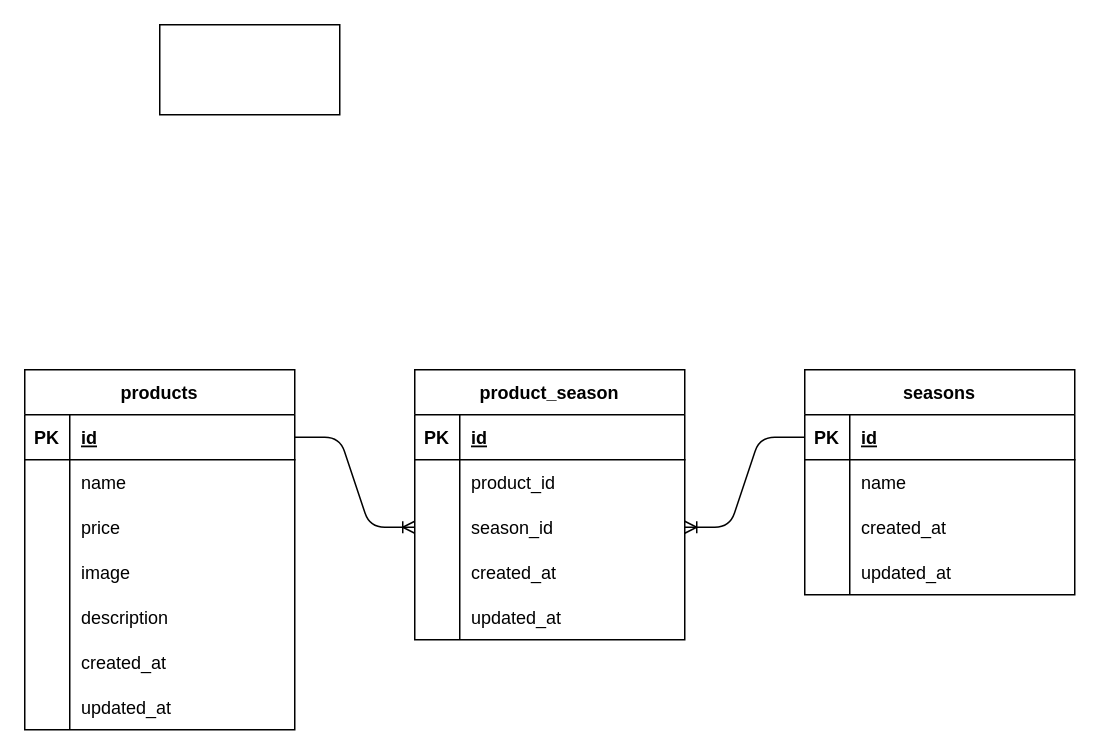
aizawamisa/mogi_1209 keeps this draw.io diagram as draw.dio. Above is the earlier version. Source tidied: cells renumbered, new cells numbered last; positions are measured from the earlier drawing's top-left corner, leaving out a move shared by most shapes. Both pictures are drawn from the tidied source at 150%, with x=0, y=0 at pixel (24, 24).
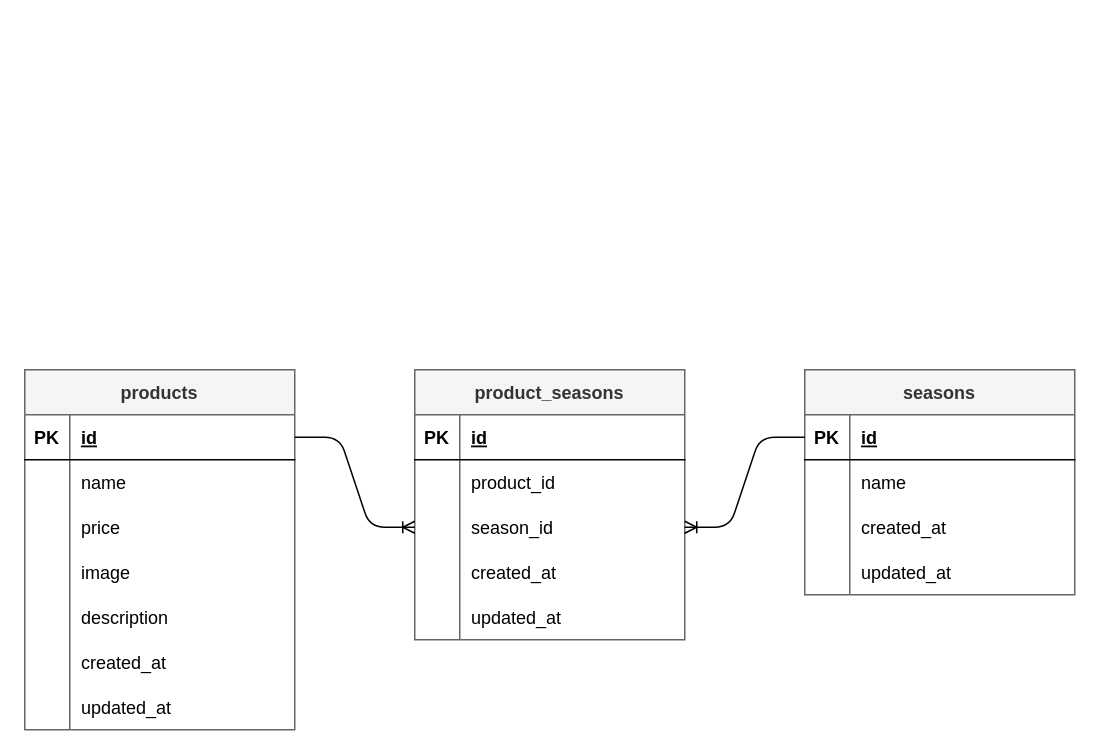
After the change.

What changed in the source:
```diff
@@
-<mxGraphModel>
+<mxGraphModel background="#FFFFFF">
@@
-    <mxCell id="2" value="products" style="shape=table;startSize=30;childLayout=tableLayout;rowLines=0;fontStyle=1;align=center;" parent="1" vertex="1">
+    <mxCell id="2" value="products" style="shape=table;startSize=30;childLayout=tableLayout;rowLines=0;fontStyle=1;align=center;strokeColor=#666666;fontColor=#333333;labelBackgroundColor=none;fillColor=#f5f5f5;" parent="1" vertex="1">
       <mxGeometry y="230" width="180" height="240" as="geometry" />
     </mxCell>
-    <mxCell id="3" style="shape=tableRow;horizontal=0;startSize=0;swimlaneHead=0;swimlaneBody=0;fillColor=none;points=[[0,0.5],[1,0.5]];portConstraint=eastwest;top=0;left=0;right=0;bottom=1;" parent="2" vertex="1">
+    <mxCell id="3" style="shape=tableRow;horizontal=0;startSize=0;swimlaneHead=0;swimlaneBody=0;fillColor=none;points=[[0,0.5],[1,0.5]];portConstraint=eastwest;top=0;left=0;right=0;bottom=1;strokeColor=#000000;fontColor=#000000;" parent="2" vertex="1">
       <mxGeometry y="30" width="180" height="30" as="geometry" />
     </mxCell>
-    <mxCell id="4" value="PK" style="shape=partialRectangle;fillColor=none;top=0;left=0;bottom=0;right=0;fontStyle=1;overflow=hidden;" parent="3" vertex="1">
+    <mxCell id="4" value="PK" style="shape=partialRectangle;fillColor=none;top=0;left=0;bottom=0;right=0;fontStyle=1;overflow=hidden;strokeColor=#000000;fontColor=#000000;" parent="3" vertex="1">
       <mxGeometry width="30" height="30" as="geometry" />
     </mxCell>
-    <mxCell id="5" value="id" style="shape=partialRectangle;fillColor=none;top=0;left=0;bottom=0;right=0;align=left;spacingLeft=6;fontStyle=5;overflow=hidden;" parent="3" vertex="1">
+    <mxCell id="5" value="id" style="shape=partialRectangle;fillColor=none;top=0;left=0;bottom=0;right=0;align=left;spacingLeft=6;fontStyle=5;overflow=hidden;strokeColor=#000000;fontColor=#000000;" parent="3" vertex="1">
       <mxGeometry x="30" width="150" height="30" as="geometry" />
     </mxCell>
-    <mxCell id="6" style="shape=tableRow;horizontal=0;startSize=0;swimlaneHead=0;swimlaneBody=0;fillColor=none;top=0;left=0;right=0;bottom=0;" parent="2" vertex="1">
+    <mxCell id="6" style="shape=tableRow;horizontal=0;startSize=0;swimlaneHead=0;swimlaneBody=0;fillColor=none;top=0;left=0;right=0;bottom=0;strokeColor=#000000;fontColor=#000000;" parent="2" vertex="1">
       <mxGeometry y="60" width="180" height="30" as="geometry" />
     </mxCell>
-    <mxCell id="7" style="shape=partialRectangle;fillColor=none;top=0;left=0;bottom=0;right=0;overflow=hidden;" parent="6" vertex="1">
+    <mxCell id="7" style="shape=partialRectangle;fillColor=none;top=0;left=0;bottom=0;right=0;overflow=hidden;strokeColor=#000000;fontColor=#000000;" parent="6" vertex="1">
       <mxGeometry width="30" height="30" as="geometry" />
     </mxCell>
-    <mxCell id="8" value="name" style="shape=partialRectangle;fillColor=none;top=0;left=0;bottom=0;right=0;align=left;spacingLeft=6;overflow=hidden;" parent="6" vertex="1">
+    <mxCell id="8" value="name" style="shape=partialRectangle;fillColor=none;top=0;left=0;bottom=0;right=0;align=left;spacingLeft=6;overflow=hidden;strokeColor=#000000;fontColor=#000000;" parent="6" vertex="1">
       <mxGeometry x="30" width="150" height="30" as="geometry" />
     </mxCell>
-    <mxCell id="9" style="shape=tableRow;horizontal=0;startSize=0;swimlaneHead=0;swimlaneBody=0;fillColor=none;top=0;left=0;right=0;bottom=0;" parent="2" vertex="1">
+    <mxCell id="9" style="shape=tableRow;horizontal=0;startSize=0;swimlaneHead=0;swimlaneBody=0;fillColor=none;top=0;left=0;right=0;bottom=0;strokeColor=#000000;fontColor=#000000;" parent="2" vertex="1">
       <mxGeometry y="90" width="180" height="30" as="geometry" />
     </mxCell>
-    <mxCell id="10" style="shape=partialRectangle;fillColor=none;top=0;left=0;bottom=0;right=0;overflow=hidden;" parent="9" vertex="1">
+    <mxCell id="10" style="shape=partialRectangle;fillColor=none;top=0;left=0;bottom=0;right=0;overflow=hidden;strokeColor=#000000;fontColor=#000000;" parent="9" vertex="1">
       <mxGeometry width="30" height="30" as="geometry" />
     </mxCell>
-    <mxCell id="11" value="price" style="shape=partialRectangle;fillColor=none;top=0;left=0;bottom=0;right=0;align=left;spacingLeft=6;overflow=hidden;" parent="9" vertex="1">
+    <mxCell id="11" value="price" style="shape=partialRectangle;fillColor=none;top=0;left=0;bottom=0;right=0;align=left;spacingLeft=6;overflow=hidden;strokeColor=#000000;fontColor=#000000;" parent="9" vertex="1">
       <mxGeometry x="30" width="150" height="30" as="geometry" />
     </mxCell>
-    <mxCell id="12" style="shape=tableRow;horizontal=0;startSize=0;swimlaneHead=0;swimlaneBody=0;fillColor=none;top=0;left=0;right=0;bottom=0;" parent="2" vertex="1">
+    <mxCell id="12" style="shape=tableRow;horizontal=0;startSize=0;swimlaneHead=0;swimlaneBody=0;fillColor=none;top=0;left=0;right=0;bottom=0;strokeColor=#000000;fontColor=#000000;" parent="2" vertex="1">
       <mxGeometry y="120" width="180" height="30" as="geometry" />
     </mxCell>
-    <mxCell id="13" style="shape=partialRectangle;fillColor=none;top=0;left=0;bottom=0;right=0;overflow=hidden;" parent="12" vertex="1">
+    <mxCell id="13" style="shape=partialRectangle;fillColor=none;top=0;left=0;bottom=0;right=0;overflow=hidden;strokeColor=#000000;fontColor=#000000;" parent="12" vertex="1">
       <mxGeometry width="30" height="30" as="geometry" />
     </mxCell>
-    <mxCell id="14" value="image" style="shape=partialRectangle;fillColor=none;top=0;left=0;bottom=0;right=0;align=left;spacingLeft=6;overflow=hidden;" parent="12" vertex="1">
+    <mxCell id="14" value="image" style="shape=partialRectangle;fillColor=none;top=0;left=0;bottom=0;right=0;align=left;spacingLeft=6;overflow=hidden;strokeColor=#000000;fontColor=#000000;" parent="12" vertex="1">
       <mxGeometry x="30" width="150" height="30" as="geometry" />
     </mxCell>
-    <mxCell id="15" style="shape=tableRow;horizontal=0;startSize=0;swimlaneHead=0;swimlaneBody=0;fillColor=none;top=0;left=0;right=0;bottom=0;" parent="2" vertex="1">
+    <mxCell id="15" style="shape=tableRow;horizontal=0;startSize=0;swimlaneHead=0;swimlaneBody=0;fillColor=none;top=0;left=0;right=0;bottom=0;strokeColor=#000000;fontColor=#000000;" parent="2" vertex="1">
       <mxGeometry y="150" width="180" height="30" as="geometry" />
     </mxCell>
-    <mxCell id="16" style="shape=partialRectangle;fillColor=none;top=0;left=0;bottom=0;right=0;overflow=hidden;" parent="15" vertex="1">
+    <mxCell id="16" style="shape=partialRectangle;fillColor=none;top=0;left=0;bottom=0;right=0;overflow=hidden;strokeColor=#000000;fontColor=#000000;" parent="15" vertex="1">
       <mxGeometry width="30" height="30" as="geometry" />
     </mxCell>
-    <mxCell id="17" value="description" style="shape=partialRectangle;fillColor=none;top=0;left=0;bottom=0;right=0;align=left;spacingLeft=6;overflow=hidden;" parent="15" vertex="1">
+    <mxCell id="17" value="description" style="shape=partialRectangle;fillColor=none;top=0;left=0;bottom=0;right=0;align=left;spacingLeft=6;overflow=hidden;strokeColor=#000000;fontColor=#000000;" parent="15" vertex="1">
       <mxGeometry x="30" width="150" height="30" as="geometry" />
     </mxCell>
-    <mxCell id="18" style="shape=tableRow;horizontal=0;startSize=0;swimlaneHead=0;swimlaneBody=0;fillColor=none;top=0;left=0;right=0;bottom=0;" parent="2" vertex="1">
+    <mxCell id="18" style="shape=tableRow;horizontal=0;startSize=0;swimlaneHead=0;swimlaneBody=0;fillColor=none;top=0;left=0;right=0;bottom=0;strokeColor=#000000;fontColor=#000000;" parent="2" vertex="1">
       <mxGeometry y="180" width="180" height="30" as="geometry" />
     </mxCell>
-    <mxCell id="19" style="shape=partialRectangle;fillColor=none;top=0;left=0;bottom=0;right=0;overflow=hidden;" parent="18" vertex="1">
+    <mxCell id="19" style="shape=partialRectangle;fillColor=none;top=0;left=0;bottom=0;right=0;overflow=hidden;strokeColor=#000000;fontColor=#000000;" parent="18" vertex="1">
       <mxGeometry width="30" height="30" as="geometry" />
     </mxCell>
-    <mxCell id="20" value="created_at" style="shape=partialRectangle;fillColor=none;top=0;left=0;bottom=0;right=0;align=left;spacingLeft=6;overflow=hidden;" parent="18" vertex="1">
+    <mxCell id="20" value="created_at" style="shape=partialRectangle;fillColor=none;top=0;left=0;bottom=0;right=0;align=left;spacingLeft=6;overflow=hidden;strokeColor=#000000;fontColor=#000000;" parent="18" vertex="1">
       <mxGeometry x="30" width="150" height="30" as="geometry" />
     </mxCell>
-    <mxCell id="21" style="shape=tableRow;horizontal=0;startSize=0;swimlaneHead=0;swimlaneBody=0;fillColor=none;top=0;left=0;right=0;bottom=0;" parent="2" vertex="1">
+    <mxCell id="21" style="shape=tableRow;horizontal=0;startSize=0;swimlaneHead=0;swimlaneBody=0;fillColor=none;top=0;left=0;right=0;bottom=0;strokeColor=#000000;fontColor=#000000;" parent="2" vertex="1">
       <mxGeometry y="210" width="180" height="30" as="geometry" />
     </mxCell>
-    <mxCell id="22" style="shape=partialRectangle;fillColor=none;top=0;left=0;bottom=0;right=0;overflow=hidden;" parent="21" vertex="1">
+    <mxCell id="22" style="shape=partialRectangle;fillColor=none;top=0;left=0;bottom=0;right=0;overflow=hidden;strokeColor=#000000;fontColor=#000000;" parent="21" vertex="1">
       <mxGeometry width="30" height="30" as="geometry" />
     </mxCell>
-    <mxCell id="23" value="updated_at" style="shape=partialRectangle;fillColor=none;top=0;left=0;bottom=0;right=0;align=left;spacingLeft=6;overflow=hidden;" parent="21" vertex="1">
+    <mxCell id="23" value="updated_at" style="shape=partialRectangle;fillColor=none;top=0;left=0;bottom=0;right=0;align=left;spacingLeft=6;overflow=hidden;strokeColor=#000000;fontColor=#000000;" parent="21" vertex="1">
       <mxGeometry x="30" width="150" height="30" as="geometry" />
     </mxCell>
-    <mxCell id="24" value="seasons" style="shape=table;startSize=30;childLayout=tableLayout;rowLines=0;fontStyle=1;align=center;" parent="1" vertex="1">
+    <mxCell id="24" value="seasons" style="shape=table;startSize=30;childLayout=tableLayout;rowLines=0;fontStyle=1;align=center;strokeColor=#666666;fontColor=#333333;fillColor=#f5f5f5;" parent="1" vertex="1">
       <mxGeometry x="520" y="230" width="180" height="150" as="geometry" />
     </mxCell>
-    <mxCell id="25" style="shape=tableRow;horizontal=0;startSize=0;swimlaneHead=0;swimlaneBody=0;fillColor=none;points=[[0,0.5],[1,0.5]];portConstraint=eastwest;top=0;left=0;right=0;bottom=1;" parent="24" vertex="1">
+    <mxCell id="25" style="shape=tableRow;horizontal=0;startSize=0;swimlaneHead=0;swimlaneBody=0;fillColor=none;points=[[0,0.5],[1,0.5]];portConstraint=eastwest;top=0;left=0;right=0;bottom=1;strokeColor=#000000;fontColor=#000000;" parent="24" vertex="1">
       <mxGeometry y="30" width="180" height="30" as="geometry" />
     </mxCell>
-    <mxCell id="26" value="PK" style="shape=partialRectangle;fillColor=none;top=0;left=0;bottom=0;right=0;fontStyle=1;overflow=hidden;" parent="25" vertex="1">
+    <mxCell id="26" value="PK" style="shape=partialRectangle;fillColor=none;top=0;left=0;bottom=0;right=0;fontStyle=1;overflow=hidden;strokeColor=#000000;fontColor=#000000;" parent="25" vertex="1">
       <mxGeometry width="30" height="30" as="geometry" />
     </mxCell>
-    <mxCell id="27" value="id" style="shape=partialRectangle;fillColor=none;top=0;left=0;bottom=0;right=0;align=left;spacingLeft=6;fontStyle=5;overflow=hidden;" parent="25" vertex="1">
+    <mxCell id="27" value="id" style="shape=partialRectangle;fillColor=none;top=0;left=0;bottom=0;right=0;align=left;spacingLeft=6;fontStyle=5;overflow=hidden;strokeColor=#000000;fontColor=#000000;" parent="25" vertex="1">
       <mxGeometry x="30" width="150" height="30" as="geometry" />
     </mxCell>
-    <mxCell id="28" style="shape=tableRow;horizontal=0;startSize=0;swimlaneHead=0;swimlaneBody=0;fillColor=none;top=0;left=0;right=0;bottom=0;" parent="24" vertex="1">
+    <mxCell id="28" style="shape=tableRow;horizontal=0;startSize=0;swimlaneHead=0;swimlaneBody=0;fillColor=none;top=0;left=0;right=0;bottom=0;strokeColor=#000000;fontColor=#000000;" parent="24" vertex="1">
       <mxGeometry y="60" width="180" height="30" as="geometry" />
     </mxCell>
-    <mxCell id="29" style="shape=partialRectangle;fillColor=none;top=0;left=0;bottom=0;right=0;overflow=hidden;" parent="28" vertex="1">
+    <mxCell id="29" style="shape=partialRectangle;fillColor=none;top=0;left=0;bottom=0;right=0;overflow=hidden;strokeColor=#000000;fontColor=#000000;" parent="28" vertex="1">
       <mxGeometry width="30" height="30" as="geometry" />
     </mxCell>
-    <mxCell id="30" value="name" style="shape=partialRectangle;fillColor=none;top=0;left=0;bottom=0;right=0;align=left;spacingLeft=6;overflow=hidden;" parent="28" vertex="1">
+    <mxCell id="30" value="name" style="shape=partialRectangle;fillColor=none;top=0;left=0;bottom=0;right=0;align=left;spacingLeft=6;overflow=hidden;strokeColor=#000000;fontColor=#000000;" parent="28" vertex="1">
       <mxGeometry x="30" width="150" height="30" as="geometry" />
     </mxCell>
-    <mxCell id="31" style="shape=tableRow;horizontal=0;startSize=0;swimlaneHead=0;swimlaneBody=0;fillColor=none;top=0;left=0;right=0;bottom=0;" parent="24" vertex="1">
+    <mxCell id="31" style="shape=tableRow;horizontal=0;startSize=0;swimlaneHead=0;swimlaneBody=0;fillColor=none;top=0;left=0;right=0;bottom=0;strokeColor=#000000;fontColor=#000000;" parent="24" vertex="1">
       <mxGeometry y="90" width="180" height="30" as="geometry" />
     </mxCell>
-    <mxCell id="32" style="shape=partialRectangle;fillColor=none;top=0;left=0;bottom=0;right=0;overflow=hidden;" parent="31" vertex="1">
+    <mxCell id="32" style="shape=partialRectangle;fillColor=none;top=0;left=0;bottom=0;right=0;overflow=hidden;strokeColor=#000000;fontColor=#000000;" parent="31" vertex="1">
       <mxGeometry width="30" height="30" as="geometry" />
     </mxCell>
-    <mxCell id="33" value="created_at" style="shape=partialRectangle;fillColor=none;top=0;left=0;bottom=0;right=0;align=left;spacingLeft=6;overflow=hidden;" parent="31" vertex="1">
+    <mxCell id="33" value="created_at" style="shape=partialRectangle;fillColor=none;top=0;left=0;bottom=0;right=0;align=left;spacingLeft=6;overflow=hidden;strokeColor=#000000;fontColor=#000000;" parent="31" vertex="1">
       <mxGeometry x="30" width="150" height="30" as="geometry" />
     </mxCell>
-    <mxCell id="34" style="shape=tableRow;horizontal=0;startSize=0;swimlaneHead=0;swimlaneBody=0;fillColor=none;top=0;left=0;right=0;bottom=0;" parent="24" vertex="1">
+    <mxCell id="34" style="shape=tableRow;horizontal=0;startSize=0;swimlaneHead=0;swimlaneBody=0;fillColor=none;top=0;left=0;right=0;bottom=0;strokeColor=#000000;fontColor=#000000;" parent="24" vertex="1">
       <mxGeometry y="120" width="180" height="30" as="geometry" />
     </mxCell>
-    <mxCell id="35" style="shape=partialRectangle;fillColor=none;top=0;left=0;bottom=0;right=0;overflow=hidden;" parent="34" vertex="1">
+    <mxCell id="35" style="shape=partialRectangle;fillColor=none;top=0;left=0;bottom=0;right=0;overflow=hidden;strokeColor=#000000;fontColor=#000000;" parent="34" vertex="1">
       <mxGeometry width="30" height="30" as="geometry" />
     </mxCell>
-    <mxCell id="36" value="updated_at" style="shape=partialRectangle;fillColor=none;top=0;left=0;bottom=0;right=0;align=left;spacingLeft=6;overflow=hidden;" parent="34" vertex="1">
+    <mxCell id="36" value="updated_at" style="shape=partialRectangle;fillColor=none;top=0;left=0;bottom=0;right=0;align=left;spacingLeft=6;overflow=hidden;strokeColor=#000000;fontColor=#000000;" parent="34" vertex="1">
       <mxGeometry x="30" width="150" height="30" as="geometry" />
     </mxCell>
-    <mxCell id="37" value="product_season" style="shape=table;startSize=30;childLayout=tableLayout;rowLines=0;fontStyle=1;align=center;" parent="1" vertex="1">
+    <mxCell id="37" value="product_seasons" style="shape=table;startSize=30;childLayout=tableLayout;rowLines=0;fontStyle=1;align=center;strokeColor=#666666;fontColor=#333333;fillColor=#f5f5f5;" parent="1" vertex="1">
       <mxGeometry x="260" y="230" width="180" height="180" as="geometry" />
     </mxCell>
-    <mxCell id="38" style="shape=tableRow;horizontal=0;startSize=0;swimlaneHead=0;swimlaneBody=0;fillColor=none;top=0;left=0;right=0;bottom=1;" parent="37" vertex="1">
+    <mxCell id="38" style="shape=tableRow;horizontal=0;startSize=0;swimlaneHead=0;swimlaneBody=0;fillColor=none;top=0;left=0;right=0;bottom=1;strokeColor=#000000;fontColor=#000000;" parent="37" vertex="1">
       <mxGeometry y="30" width="180" height="30" as="geometry" />
     </mxCell>
-    <mxCell id="39" value="PK" style="shape=partialRectangle;fillColor=none;top=0;left=0;bottom=0;right=0;fontStyle=1;overflow=hidden;" parent="38" vertex="1">
+    <mxCell id="39" value="PK" style="shape=partialRectangle;fillColor=none;top=0;left=0;bottom=0;right=0;fontStyle=1;overflow=hidden;strokeColor=#000000;fontColor=#000000;" parent="38" vertex="1">
       <mxGeometry width="30" height="30" as="geometry" />
     </mxCell>
-    <mxCell id="40" value="id" style="shape=partialRectangle;fillColor=none;top=0;left=0;bottom=0;right=0;align=left;spacingLeft=6;fontStyle=5;overflow=hidden;" parent="38" vertex="1">
+    <mxCell id="40" value="id" style="shape=partialRectangle;fillColor=none;top=0;left=0;bottom=0;right=0;align=left;spacingLeft=6;fontStyle=5;overflow=hidden;strokeColor=#000000;fontColor=#000000;" parent="38" vertex="1">
       <mxGeometry x="30" width="150" height="30" as="geometry" />
     </mxCell>
-    <mxCell id="41" style="shape=tableRow;horizontal=0;startSize=0;swimlaneHead=0;swimlaneBody=0;fillColor=none;top=0;left=0;right=0;bottom=0;" parent="37" vertex="1">
+    <mxCell id="41" style="shape=tableRow;horizontal=0;startSize=0;swimlaneHead=0;swimlaneBody=0;fillColor=none;top=0;left=0;right=0;bottom=0;strokeColor=#000000;fontColor=#000000;" parent="37" vertex="1">
       <mxGeometry y="60" width="180" height="30" as="geometry" />
     </mxCell>
-    <mxCell id="42" style="shape=partialRectangle;fillColor=none;top=0;left=0;bottom=0;right=0;overflow=hidden;" parent="41" vertex="1">
+    <mxCell id="42" style="shape=partialRectangle;fillColor=none;top=0;left=0;bottom=0;right=0;overflow=hidden;strokeColor=#000000;fontColor=#000000;" parent="41" vertex="1">
       <mxGeometry width="30" height="30" as="geometry" />
     </mxCell>
-    <mxCell id="43" value="product_id" style="shape=partialRectangle;fillColor=none;top=0;left=0;bottom=0;right=0;align=left;spacingLeft=6;overflow=hidden;" parent="41" vertex="1">
+    <mxCell id="43" value="product_id" style="shape=partialRectangle;fillColor=none;top=0;left=0;bottom=0;right=0;align=left;spacingLeft=6;overflow=hidden;strokeColor=#000000;fontColor=#000000;" parent="41" vertex="1">
       <mxGeometry x="30" width="150" height="30" as="geometry" />
     </mxCell>
-    <mxCell id="44" style="shape=tableRow;horizontal=0;startSize=0;swimlaneHead=0;swimlaneBody=0;fillColor=none;points=[[0,0.5],[1,0.5]];portConstraint=eastwest;top=0;left=0;right=0;bottom=0;" parent="37" vertex="1">
+    <mxCell id="44" style="shape=tableRow;horizontal=0;startSize=0;swimlaneHead=0;swimlaneBody=0;fillColor=none;points=[[0,0.5],[1,0.5]];portConstraint=eastwest;top=0;left=0;right=0;bottom=0;strokeColor=#000000;fontColor=#000000;" parent="37" vertex="1">
       <mxGeometry y="90" width="180" height="30" as="geometry" />
     </mxCell>
-    <mxCell id="45" style="shape=partialRectangle;fillColor=none;top=0;left=0;bottom=0;right=0;overflow=hidden;" parent="44" vertex="1">
+    <mxCell id="45" style="shape=partialRectangle;fillColor=none;top=0;left=0;bottom=0;right=0;overflow=hidden;strokeColor=#000000;fontColor=#000000;" parent="44" vertex="1">
       <mxGeometry width="30" height="30" as="geometry" />
     </mxCell>
-    <mxCell id="46" value="season_id" style="shape=partialRectangle;fillColor=none;top=0;left=0;bottom=0;right=0;align=left;spacingLeft=6;overflow=hidden;" parent="44" vertex="1">
+    <mxCell id="46" value="season_id" style="shape=partialRectangle;fillColor=none;top=0;left=0;bottom=0;right=0;align=left;spacingLeft=6;overflow=hidden;strokeColor=#000000;fontColor=#000000;" parent="44" vertex="1">
       <mxGeometry x="30" width="150" height="30" as="geometry" />
     </mxCell>
-    <mxCell id="47" style="shape=tableRow;horizontal=0;startSize=0;swimlaneHead=0;swimlaneBody=0;fillColor=none;top=0;left=0;right=0;bottom=0;" parent="37" vertex="1">
+    <mxCell id="47" style="shape=tableRow;horizontal=0;startSize=0;swimlaneHead=0;swimlaneBody=0;fillColor=none;top=0;left=0;right=0;bottom=0;strokeColor=#000000;fontColor=#000000;" parent="37" vertex="1">
       <mxGeometry y="120" width="180" height="30" as="geometry" />
     </mxCell>
-    <mxCell id="48" style="shape=partialRectangle;fillColor=none;top=0;left=0;bottom=0;right=0;overflow=hidden;" parent="47" vertex="1">
+    <mxCell id="48" style="shape=partialRectangle;fillColor=none;top=0;left=0;bottom=0;right=0;overflow=hidden;strokeColor=#000000;fontColor=#000000;" parent="47" vertex="1">
       <mxGeometry width="30" height="30" as="geometry" />
     </mxCell>
-    <mxCell id="49" value="created_at" style="shape=partialRectangle;fillColor=none;top=0;left=0;bottom=0;right=0;align=left;spacingLeft=6;overflow=hidden;" parent="47" vertex="1">
+    <mxCell id="49" value="created_at" style="shape=partialRectangle;fillColor=none;top=0;left=0;bottom=0;right=0;align=left;spacingLeft=6;overflow=hidden;strokeColor=#000000;fontColor=#000000;" parent="47" vertex="1">
       <mxGeometry x="30" width="150" height="30" as="geometry" />
     </mxCell>
-    <mxCell id="50" style="shape=tableRow;horizontal=0;startSize=0;swimlaneHead=0;swimlaneBody=0;fillColor=none;top=0;left=0;right=0;bottom=0;" parent="37" vertex="1">
+    <mxCell id="50" style="shape=tableRow;horizontal=0;startSize=0;swimlaneHead=0;swimlaneBody=0;fillColor=none;top=0;left=0;right=0;bottom=0;strokeColor=#000000;fontColor=#000000;" parent="37" vertex="1">
       <mxGeometry y="150" width="180" height="30" as="geometry" />
     </mxCell>
-    <mxCell id="51" style="shape=partialRectangle;fillColor=none;top=0;left=0;bottom=0;right=0;overflow=hidden;" parent="50" vertex="1">
+    <mxCell id="51" style="shape=partialRectangle;fillColor=none;top=0;left=0;bottom=0;right=0;overflow=hidden;strokeColor=#000000;fontColor=#000000;" parent="50" vertex="1">
       <mxGeometry width="30" height="30" as="geometry" />
     </mxCell>
-    <mxCell id="52" value="updated_at" style="shape=partialRectangle;fillColor=none;top=0;left=0;bottom=0;right=0;align=left;spacingLeft=6;overflow=hidden;" parent="50" vertex="1">
+    <mxCell id="52" value="updated_at" style="shape=partialRectangle;fillColor=none;top=0;left=0;bottom=0;right=0;align=left;spacingLeft=6;overflow=hidden;strokeColor=#000000;fontColor=#000000;" parent="50" vertex="1">
       <mxGeometry x="30" width="150" height="30" as="geometry" />
     </mxCell>
-    <mxCell id="53" style="edgeStyle=entityRelationEdgeStyle;fontSize=12;html=1;endArrow=ERoneToMany;exitX=1;exitY=0.5;exitDx=0;exitDy=0;entryX=0;entryY=0.5;entryDx=0;entryDy=0;" parent="1" edge="1" source="3" target="44">
+    <mxCell id="53" style="edgeStyle=entityRelationEdgeStyle;fontSize=12;html=1;endArrow=ERoneToMany;exitX=1;exitY=0.5;exitDx=0;exitDy=0;entryX=0;entryY=0.5;entryDx=0;entryDy=0;strokeColor=#000000;fontColor=#000000;" parent="1" edge="1" source="3" target="44">
       <mxGeometry relative="1" as="geometry" />
     </mxCell>
-    <mxCell id="54" style="edgeStyle=entityRelationEdgeStyle;fontSize=12;html=1;endArrow=ERoneToMany;exitX=0;exitY=0.5;exitDx=0;exitDy=0;entryX=1;entryY=0.5;entryDx=0;entryDy=0;" parent="1" edge="1" source="25" target="44">
+    <mxCell id="54" style="edgeStyle=entityRelationEdgeStyle;fontSize=12;html=1;endArrow=ERoneToMany;exitX=0;exitY=0.5;exitDx=0;exitDy=0;entryX=1;entryY=0.5;entryDx=0;entryDy=0;strokeColor=#000000;fontColor=#000000;" parent="1" edge="1" source="25" target="44">
       <mxGeometry relative="1" as="geometry" />
     </mxCell>
-    <mxCell id="55" style="whiteSpace=wrap;html=1;" parent="1" vertex="1">
-      <mxGeometry x="90" width="120" height="60" as="geometry" />
-    </mxCell>
```
